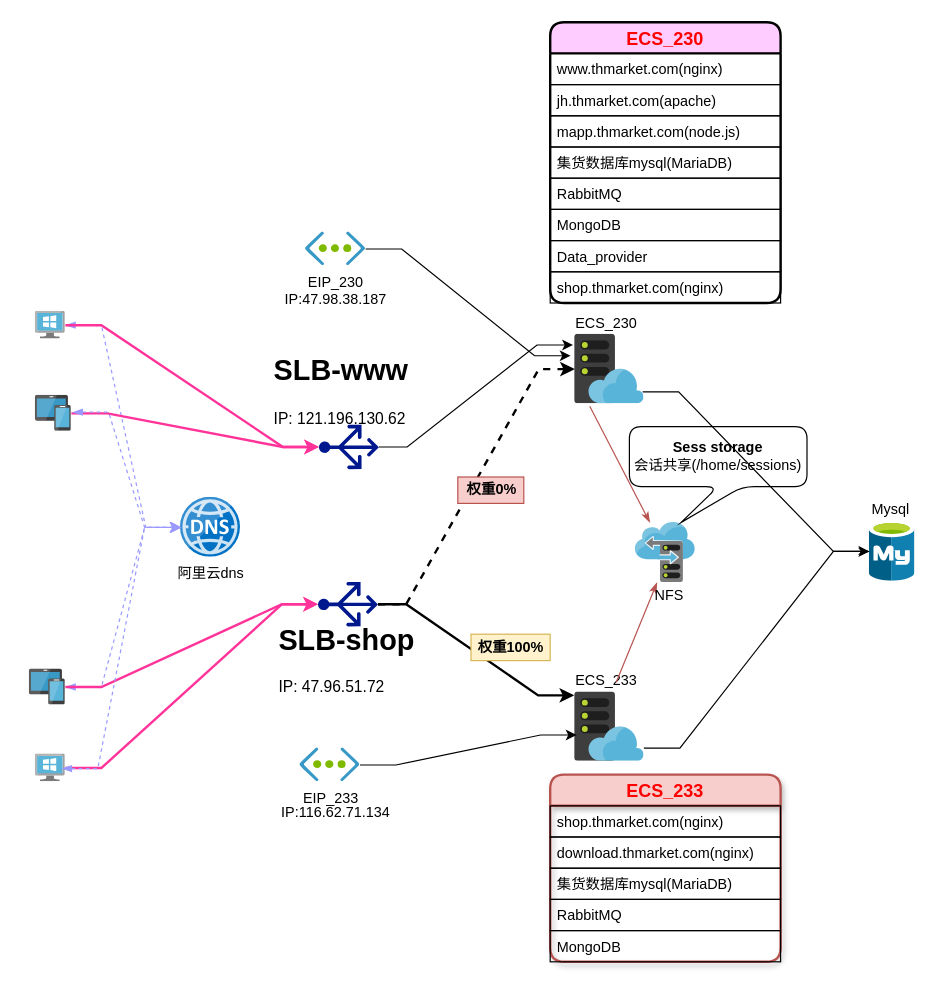
Above: page "Summary" (1 of 2) of draw-Files/Untitled Diagram.drawio in zhml8951/tianhuan (draw.io), before the change. Source tidied: cells renumbered, new cells numbered last; positions are measured from the earlier drawing's top-left corner, leaving out a move shared by most shapes. Both pictures are drawn from the tidied source at 120%, with x=0, y=0 at pixel (29, 22).
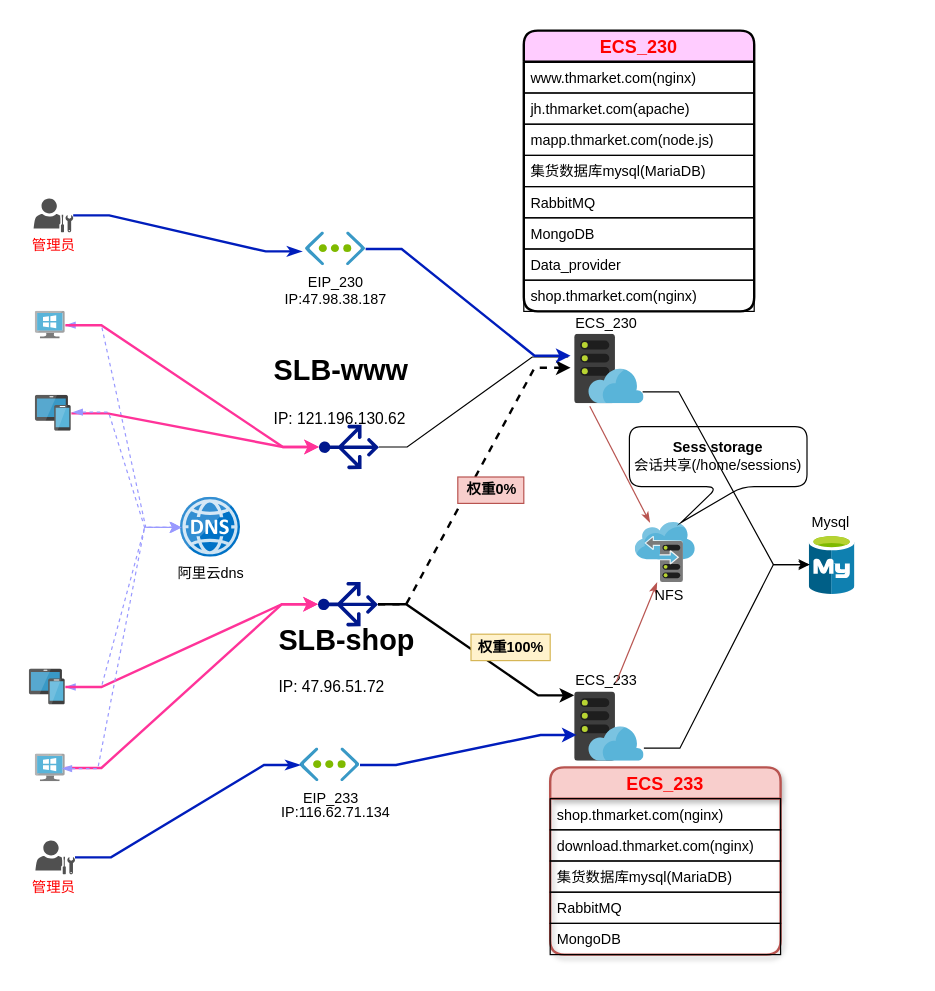
The same page after the edit.

Unchanged cells that the change refers to:
```xml
<mxCell id="3" style="html=1;points=[];align=center;image;fontSize=12;image=img/lib/mscae/WebHosting.svg;" parent="2" vertex="1">
  <mxGeometry x="7" y="19.2" width="57.8" height="57.8" as="geometry" />
</mxCell>
<mxCell id="6" style="html=1;points=[];align=center;image;fontSize=12;image=img/lib/mscae/Azure_Database_for_MySQL_servers.svg;" parent="5" vertex="1">
  <mxGeometry x="2" y="20" width="38" height="50" as="geometry" />
</mxCell>
<mxCell id="10" style="shadow=0;dashed=0;html=1;strokeColor=none;labelPosition=center;verticalLabelPosition=bottom;verticalAlign=top;align=center;fillColor=#00188D;shape=mxgraph.azure.load_balancer_generic;rounded=1;glass=0;comic=0;labelBackgroundColor=none;fontSize=15;fontColor=#FF0000;rotation=-90;" parent="1" vertex="1">
  <mxGeometry x="247" y="460" width="37" height="50" as="geometry" />
</mxCell>
<mxCell id="12" style="html=1;points=[];align=center;image;fontSize=12;image=img/lib/mscae/WebHosting.svg;" parent="11" vertex="1">
  <mxGeometry x="7" y="19.2" width="57.8" height="57.8" as="geometry" />
</mxCell>
<mxCell id="16" style="shadow=0;dashed=0;html=1;strokeColor=none;labelPosition=center;verticalLabelPosition=bottom;verticalAlign=top;align=center;fillColor=#00188D;shape=mxgraph.azure.load_balancer_generic;rounded=1;glass=0;comic=0;labelBackgroundColor=none;fontSize=15;fontColor=#FF0000;rotation=-90;" parent="1" vertex="1">
  <mxGeometry x="247.8" y="329" width="37" height="50" as="geometry" />
</mxCell>
<mxCell id="32" value="EIP_233" style="html=1;points=[];align=center;image;fontSize=12;image=img/lib/mscae/Virtual_Network.svg;" parent="31" vertex="1">
  <mxGeometry x="22.5" width="50" height="28" as="geometry" />
</mxCell>
<mxCell id="35" value="EIP_230" style="html=1;points=[];align=center;image;fontSize=12;image=img/lib/mscae/Virtual_Network.svg;" parent="34" vertex="1">
  <mxGeometry x="27.2" width="50" height="28" as="geometry" />
</mxCell>
```

Diff of the diagram source:
```diff
@@
     <mxCell id="5" style="group;" parent="1" vertex="1">
-      <mxGeometry x="698" y="396" width="40" height="70" as="geometry" />
+      <mxGeometry x="648" y="407" width="40" height="70" as="geometry" />
     </mxCell>
@@
-    <mxCell id="9" style="edgeStyle=entityRelationEdgeStyle;rounded=0;jettySize=auto;html=1;startArrow=none;startFill=0;strokeWidth=2;dashed=1;strokeColor=#000000;" parent="1" edge="1" source="10" target="3">
+    <mxCell id="9" style="edgeStyle=entityRelationEdgeStyle;rounded=0;jettySize=auto;html=1;startArrow=none;startFill=0;strokeWidth=2;dashed=1;strokeColor=#000000;entryX=-0.061;entryY=0.481;entryDx=0;entryDy=0;entryPerimeter=0;" parent="1" edge="1" source="10" target="3">
       <mxGeometry relative="1" as="geometry" />
     </mxCell>
@@
-    <mxCell id="15" style="edgeStyle=entityRelationEdgeStyle;rounded=0;jettySize=auto;html=1;startArrow=none;startFill=0;endArrow=classic;endFill=1;strokeColor=#000000;strokeWidth=1;fontColor=#FF0000;entryX=-0.026;entryY=0.152;entryDx=0;entryDy=0;entryPerimeter=0;" parent="1" edge="1" source="16" target="3">
+    <mxCell id="15" style="edgeStyle=entityRelationEdgeStyle;rounded=0;jettySize=auto;html=1;startArrow=none;startFill=0;endArrow=none;endFill=0;strokeColor=#000000;strokeWidth=1;fontColor=#FF0000;entryX=-0.095;entryY=0.325;entryDx=0;entryDy=0;entryPerimeter=0;" parent="1" edge="1" source="16" target="3">
       <mxGeometry relative="1" as="geometry" />
     </mxCell>
@@
+    <mxCell id="57" value="NFS" style="text;html=1;align=center;verticalAlign=middle;" parent="1" vertex="1">
+      <mxGeometry x="511" y="467" width="44" height="22" as="geometry" />
+    </mxCell>
+    <mxCell id="58" value="&lt;div&gt;&lt;b&gt;Sess storage&lt;/b&gt;&lt;/div&gt;&lt;div&gt;会话共享(/home/sessions)&lt;br&gt;&lt;/div&gt;" style="shape=callout;whiteSpace=wrap;html=1;perimeter=calloutPerimeter;rounded=1;shadow=0;glass=0;comic=0;fillColor=none;gradientColor=none;position2=0.29;" parent="1" vertex="1">
+      <mxGeometry x="500" y="337" width="148" height="80" as="geometry" />
+    </mxCell>
+    <mxCell id="59" style="edgeStyle=entityRelationEdgeStyle;rounded=0;jettySize=auto;html=1;startArrow=none;startFill=0;endArrow=classic;endFill=1;strokeColor=#000000;strokeWidth=1;fontColor=#FF0000;exitX=0.996;exitY=0.81;exitDx=0;exitDy=0;exitPerimeter=0;" parent="1" edge="1" source="12" target="6">
+      <mxGeometry relative="1" as="geometry" />
+    </mxCell>
+    <mxCell id="60" style="edgeStyle=entityRelationEdgeStyle;rounded=0;jettySize=auto;html=1;entryX=0;entryY=0.5;entryDx=0;entryDy=0;startArrow=none;startFill=0;endArrow=classicThin;endFill=1;strokeColor=#000000;strokeWidth=1;fontColor=#FF0000;entryPerimeter=0;exitX=0.978;exitY=0.827;exitDx=0;exitDy=0;exitPerimeter=0;" parent="1" edge="1" source="3" target="6">
+      <mxGeometry relative="1" as="geometry" />
+    </mxCell>
+    <mxCell id="61" style="edgeStyle=entityRelationEdgeStyle;rounded=0;jettySize=auto;html=1;entryX=0.026;entryY=0.619;entryDx=0;entryDy=0;entryPerimeter=0;startArrow=none;startFill=0;endArrow=classic;endFill=1;strokeColor=#001DBC;strokeWidth=2;fontColor=#FF0000;fillColor=#0050ef;" parent="1" edge="1" source="32" target="12">
+      <mxGeometry relative="1" as="geometry" />
+    </mxCell>
+    <mxCell id="62" style="edgeStyle=entityRelationEdgeStyle;rounded=0;jettySize=auto;html=1;startArrow=none;startFill=0;endArrow=classic;endFill=1;strokeColor=#001DBC;strokeWidth=2;fontColor=#FF0000;entryX=-0.061;entryY=0.307;entryDx=0;entryDy=0;entryPerimeter=0;fillColor=#0050ef;" parent="1" edge="1" source="35" target="3">
+      <mxGeometry relative="1" as="geometry" />
+    </mxCell>
+    <mxCell id="63" style="edgeStyle=entityRelationEdgeStyle;rounded=0;jettySize=auto;html=1;entryX=-0.065;entryY=0.571;entryDx=0;entryDy=0;entryPerimeter=0;startArrow=none;startFill=0;endArrow=classicThin;endFill=1;strokeColor=#001DBC;strokeWidth=2;fontColor=#FF0000;fillColor=#0050ef;" parent="1" edge="1" source="66" target="35">
+      <mxGeometry relative="1" as="geometry" />
+    </mxCell>
+    <mxCell id="64" style="edgeStyle=entityRelationEdgeStyle;rounded=0;jettySize=auto;html=1;startArrow=none;startFill=0;endArrow=classicThin;endFill=1;strokeColor=#001DBC;strokeWidth=2;fontColor=#FF0000;fillColor=#0050ef;elbow=vertical;" parent="1" edge="1" source="69" target="32">
+      <mxGeometry relative="1" as="geometry" />
+    </mxCell>
+    <mxCell id="65" style="group;" parent="1" vertex="1">
+      <mxGeometry x="-7.5" y="147" width="55" height="50" as="geometry" />
+    </mxCell>
+    <mxCell id="66" style="shadow=0;dashed=0;html=1;strokeColor=none;fillColor=#505050;labelPosition=center;verticalLabelPosition=bottom;verticalAlign=top;outlineConnect=0;align=center;shape=mxgraph.office.users.administrator;rounded=1;glass=0;comic=0;fontColor=#FF0000;" parent="65" vertex="1">
+      <mxGeometry x="11" width="33" height="28" as="geometry" />
+    </mxCell>
+    <mxCell id="67" value="管理员" style="text;html=1;align=center;verticalAlign=middle;fontColor=#FF0000;" parent="65" vertex="1">
+      <mxGeometry y="28" width="55" height="22" as="geometry" />
+    </mxCell>
+    <mxCell id="68" style="group;" parent="1" vertex="1">
+      <mxGeometry x="-7.5" y="682" width="55" height="50" as="geometry" />
+    </mxCell>
+    <mxCell id="69" style="shadow=0;dashed=0;html=1;strokeColor=none;fillColor=#505050;labelPosition=center;verticalLabelPosition=bottom;verticalAlign=top;outlineConnect=0;align=center;shape=mxgraph.office.users.administrator;rounded=1;glass=0;comic=0;fontColor=#FF0000;" parent="68" vertex="1">
+      <mxGeometry x="12.5" width="33" height="28" as="geometry" />
+    </mxCell>
+    <mxCell id="70" value="管理员" style="text;html=1;align=center;verticalAlign=middle;fontColor=#FF0000;" parent="68" vertex="1">
+      <mxGeometry y="28" width="55" height="22" as="geometry" />
+    </mxCell>
     <mxCell id="42" value="ECS_230" style="swimlane;fontStyle=1;horizontal=1;startSize=26;fillColor=#FFCCFF;rounded=1;glass=0;shadow=0;comic=0;strokeWidth=2;swimlaneFillColor=none;fontColor=#FF0000;fontSize=15;swimlaneLine=1;gradientColor=none;" parent="1" vertex="1">
-      <mxGeometry x="434" width="192" height="234" as="geometry" />
+      <mxGeometry x="412" y="7" width="192" height="234" as="geometry" />
     </mxCell>
@@
     <mxCell id="51" value="ECS_233" style="swimlane;fontStyle=1;horizontal=1;startSize=26;fillColor=#f8cecc;rounded=1;glass=0;shadow=1;comic=0;strokeWidth=2;swimlaneFillColor=none;fontSize=15;strokeColor=#b85450;fontColor=#FF0000;" parent="1" vertex="1">
-      <mxGeometry x="434" y="627" width="192" height="156" as="geometry" />
+      <mxGeometry x="434" y="621" width="192" height="156" as="geometry" />
     </mxCell>
@@
-    <mxCell id="57" value="NFS" style="text;html=1;align=center;verticalAlign=middle;" parent="1" vertex="1">
-      <mxGeometry x="511" y="467" width="44" height="22" as="geometry" />
-    </mxCell>
-    <mxCell id="58" value="&lt;div&gt;&lt;b&gt;Sess storage&lt;/b&gt;&lt;/div&gt;&lt;div&gt;会话共享(/home/sessions)&lt;br&gt;&lt;/div&gt;" style="shape=callout;whiteSpace=wrap;html=1;perimeter=calloutPerimeter;rounded=1;shadow=0;glass=0;comic=0;fillColor=none;gradientColor=none;position2=0.29;" parent="1" vertex="1">
-      <mxGeometry x="500" y="337" width="148" height="80" as="geometry" />
-    </mxCell>
-    <mxCell id="59" style="edgeStyle=entityRelationEdgeStyle;rounded=0;jettySize=auto;html=1;startArrow=none;startFill=0;endArrow=classic;endFill=1;strokeColor=#000000;strokeWidth=1;fontColor=#FF0000;exitX=0.996;exitY=0.81;exitDx=0;exitDy=0;exitPerimeter=0;" parent="1" edge="1" source="12" target="6">
-      <mxGeometry relative="1" as="geometry" />
-    </mxCell>
-    <mxCell id="60" style="edgeStyle=entityRelationEdgeStyle;rounded=0;jettySize=auto;html=1;entryX=0;entryY=0.5;entryDx=0;entryDy=0;startArrow=none;startFill=0;endArrow=classicThin;endFill=1;strokeColor=#000000;strokeWidth=1;fontColor=#FF0000;entryPerimeter=0;exitX=0.978;exitY=0.827;exitDx=0;exitDy=0;exitPerimeter=0;" parent="1" edge="1" source="3" target="6">
-      <mxGeometry relative="1" as="geometry" />
-    </mxCell>
-    <mxCell id="61" style="edgeStyle=entityRelationEdgeStyle;rounded=0;jettySize=auto;html=1;entryX=0.026;entryY=0.619;entryDx=0;entryDy=0;entryPerimeter=0;startArrow=none;startFill=0;endArrow=classic;endFill=1;strokeColor=#000000;strokeWidth=1;fontColor=#FF0000;" parent="1" edge="1" source="32" target="12">
-      <mxGeometry relative="1" as="geometry" />
-    </mxCell>
-    <mxCell id="62" style="edgeStyle=entityRelationEdgeStyle;rounded=0;jettySize=auto;html=1;entryX=-0.061;entryY=0.307;entryDx=0;entryDy=0;entryPerimeter=0;startArrow=none;startFill=0;endArrow=classic;endFill=1;strokeColor=#000000;strokeWidth=1;fontColor=#FF0000;" parent="1" edge="1" source="35" target="3">
-      <mxGeometry relative="1" as="geometry" />
-    </mxCell>
```
